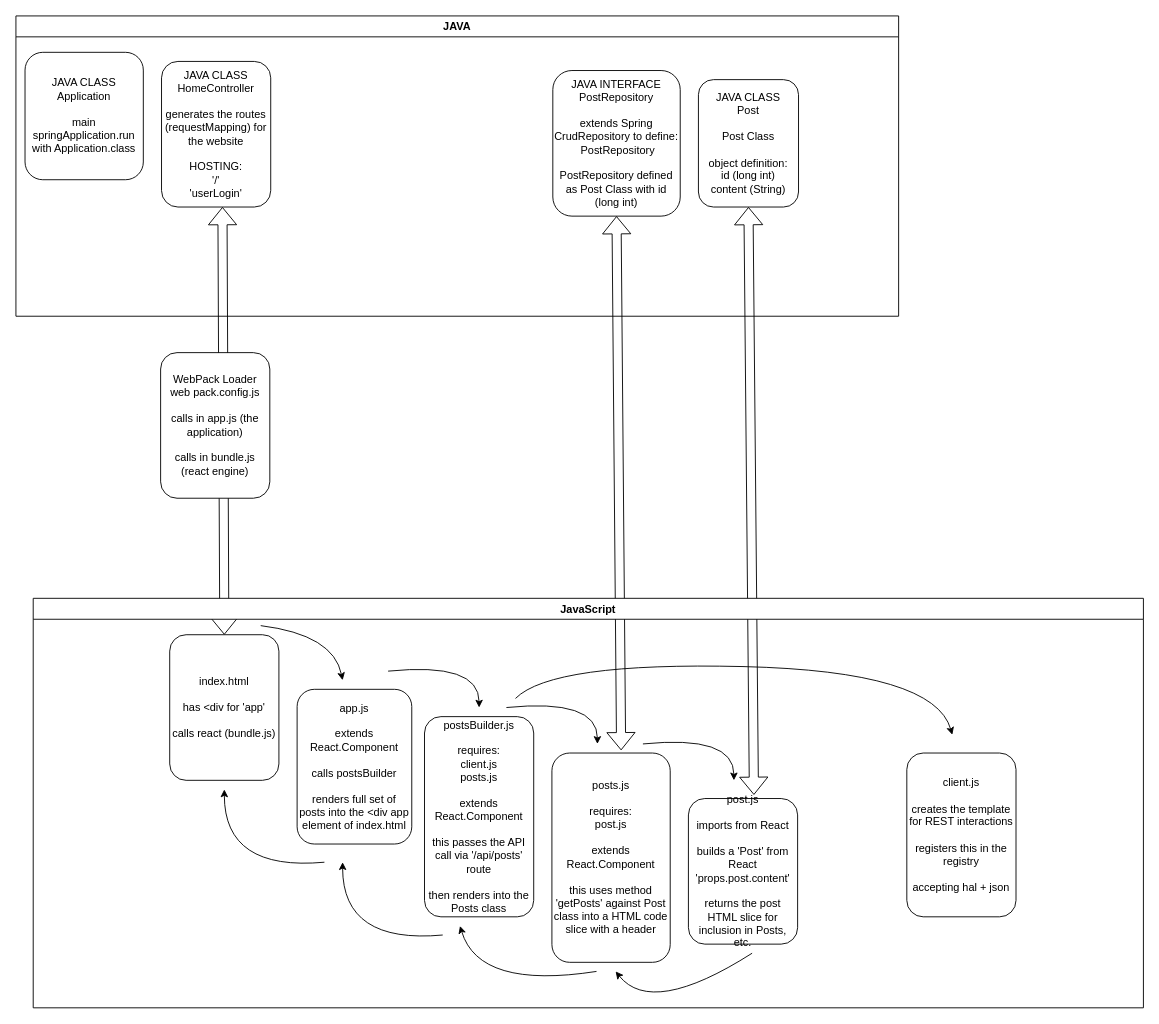
Before: page "Page-3" (3 of 3) of docs/Untitled Diagram.drawio in GDCStoney/acebook-java-4Aces, a draw.io diagram. Source tidied: cells renumbered, new cells numbered last; positions are measured from the earlier drawing's top-left corner, leaving out a move shared by most shapes. Both pictures are drawn from the tidied source at 91%, with x=0, y=0 at pixel (15, 15).
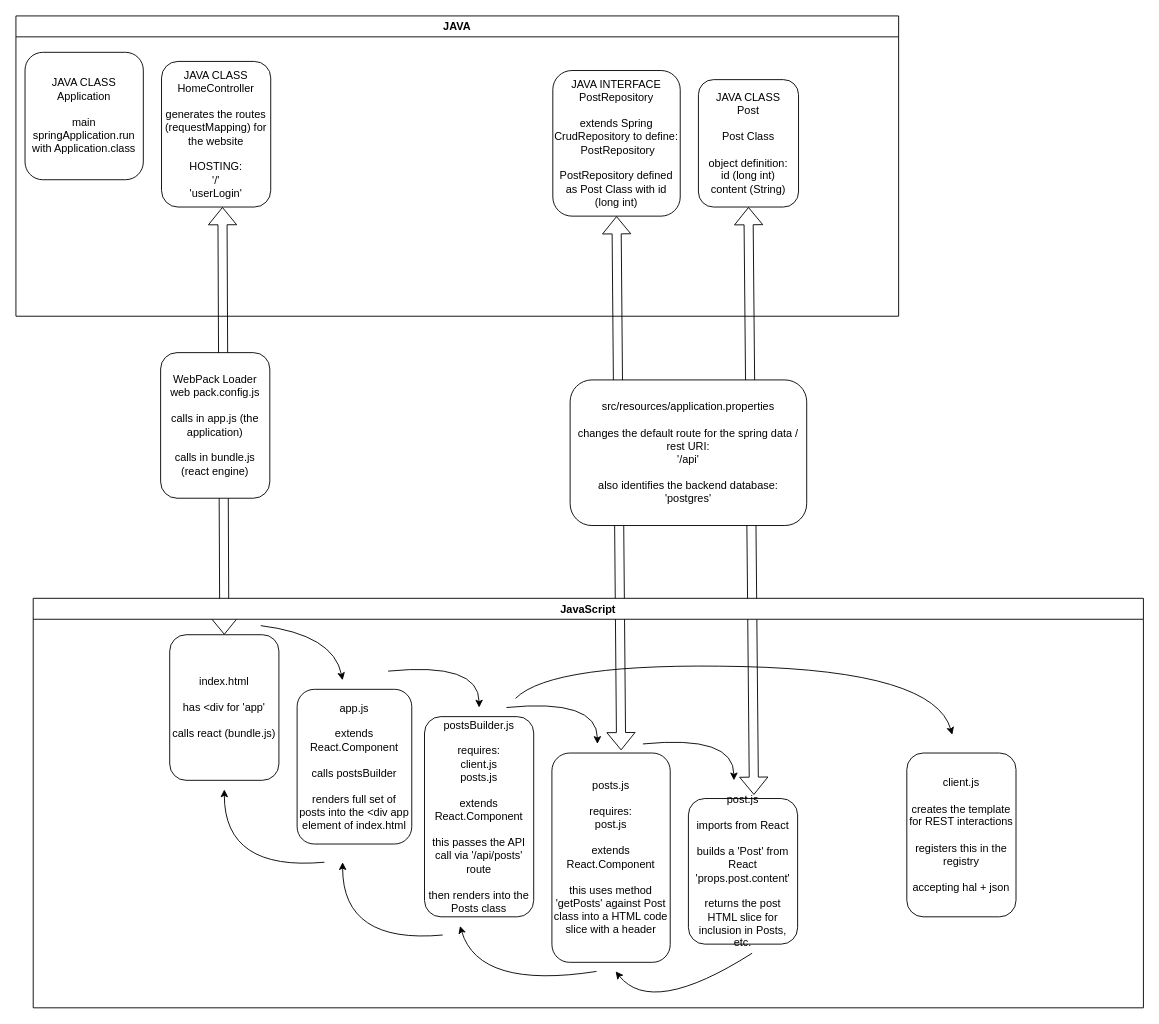
Above is the later version.

The edit, as a diff of the source:
```diff
@@
+    <mxCell id="27" value="src/resources/application.properties&lt;br&gt;&lt;br&gt;changes the default route for the spring data / rest URI:&lt;br&gt;'/api'&lt;br&gt;&lt;br&gt;also identifies the backend database:&lt;br&gt;'postgres'" style="rounded=1;whiteSpace=wrap;html=1;" parent="1" vertex="1">
+      <mxGeometry x="609" y="400" width="260" height="160" as="geometry" />
+    </mxCell>
```
